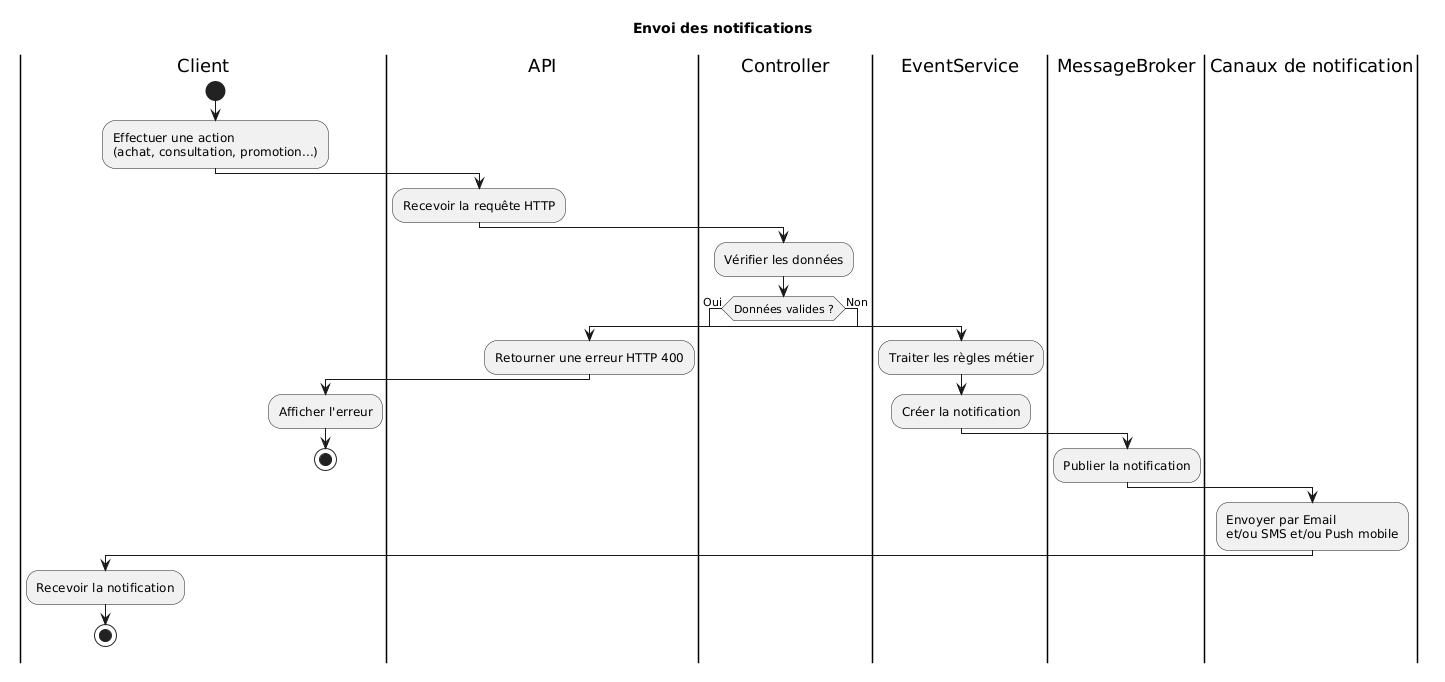
This is exercice3/diagram/notification-activity-diagram.png from erwann44540/exercice-coisi, a PlantUML export, as it was before one commit.
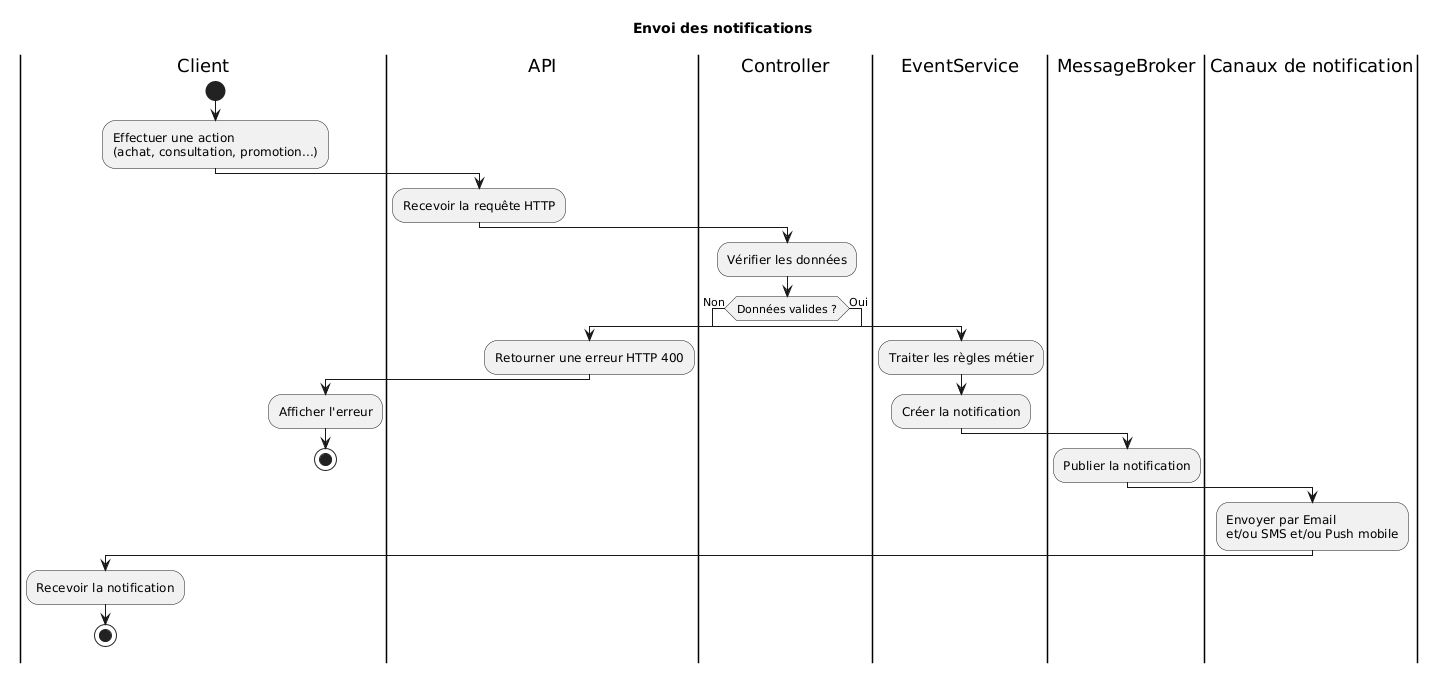
Above is the later version.

Diff of the diagram source:
```diff
@@ -12,7 +12,7 @@
 |Controller|
 :Vérifier les données;
 
-if (Données valides ?) then (Oui)
+if (Données valides ?) then (Non)
 
   |EventService|
   :Traiter les règles métier;
@@ -29,7 +29,7 @@
   :Recevoir la notification;
   stop
 
-else (Non)
+else (Oui)
 
   |API|
   :Retourner une erreur HTTP 400;
```
